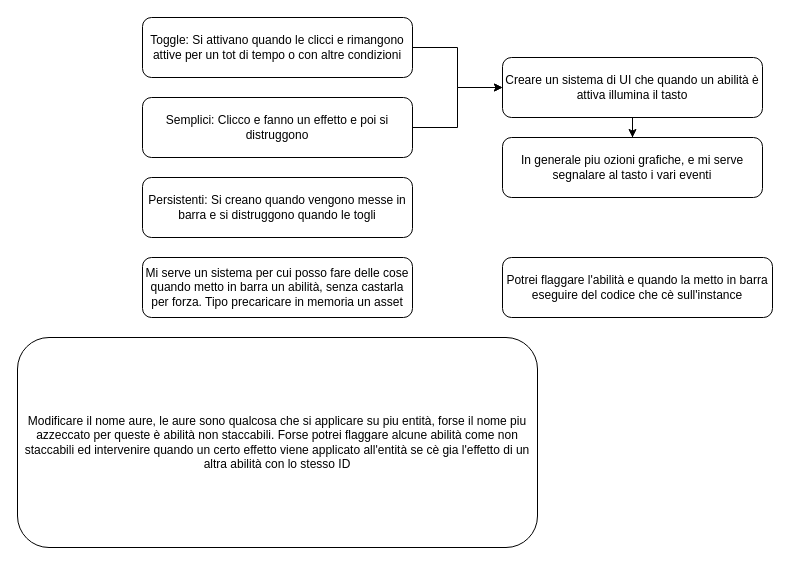
andrex903/OdenFlow keeps this draw.io diagram as Diagrams/Diagramma senza titolo.drawio. Above is the earlier version. Source tidied: cells renumbered, new cells numbered last; positions are measured from the earlier drawing's top-left corner, leaving out a move shared by most shapes. Both pictures are drawn from the tidied source at 100%, with x=0, y=0 at pixel (17, 17).
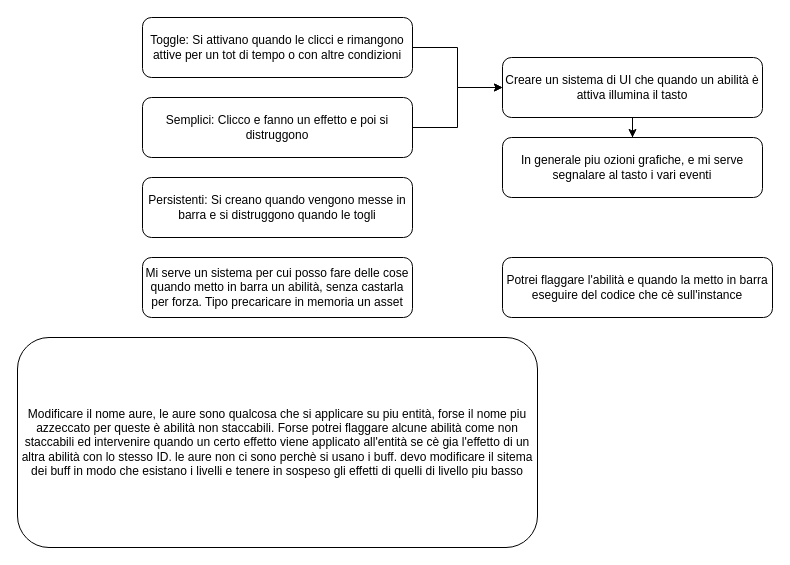
After the change.

Diff of the diagram source:
```diff
@@
 <mxGraphModel>
   <root>
     <mxCell id="0" />
     <mxCell id="1" parent="0" />
     <mxCell id="2" style="edgeStyle=orthogonalEdgeStyle;rounded=0;jettySize=auto;html=1;entryX=0;entryY=0.5;entryDx=0;entryDy=0;" parent="1" edge="1" source="3" target="8">
       <mxGeometry relative="1" as="geometry" />
     </mxCell>
     <mxCell id="3" value="Semplici: Clicco e fanno un effetto e poi si distruggono" style="rounded=1;whiteSpace=wrap;html=1;" parent="1" vertex="1">
       <mxGeometry x="125" y="80" width="270" height="60" as="geometry" />
     </mxCell>
     <mxCell id="4" value="Persistenti: Si creano quando vengono messe in barra e si distruggono quando le togli" style="rounded=1;whiteSpace=wrap;html=1;" parent="1" vertex="1">
       <mxGeometry x="125" y="160" width="270" height="60" as="geometry" />
     </mxCell>
     <mxCell id="5" style="edgeStyle=orthogonalEdgeStyle;rounded=0;jettySize=auto;html=1;entryX=0;entryY=0.5;entryDx=0;entryDy=0;" parent="1" edge="1" source="6" target="8">
       <mxGeometry relative="1" as="geometry" />
     </mxCell>
     <mxCell id="6" value="Toggle: Si attivano quando le clicci e rimangono attive per un tot di tempo o con altre condizioni" style="rounded=1;whiteSpace=wrap;html=1;" parent="1" vertex="1">
       <mxGeometry x="125" width="270" height="60" as="geometry" />
     </mxCell>
     <mxCell id="7" style="edgeStyle=orthogonalEdgeStyle;rounded=0;jettySize=auto;html=1;entryX=0.5;entryY=0;entryDx=0;entryDy=0;" parent="1" edge="1" source="8" target="11">
       <mxGeometry relative="1" as="geometry" />
     </mxCell>
     <mxCell id="8" value="Creare un sistema di UI che quando un abilità è attiva illumina il tasto" style="rounded=1;whiteSpace=wrap;html=1;" parent="1" vertex="1">
       <mxGeometry x="485" y="40" width="260" height="60" as="geometry" />
     </mxCell>
-    <mxCell id="9" value="Modificare il nome aure, le aure sono qualcosa che si applicare su piu entità, forse il nome piu azzeccato per queste è abilità non staccabili. Forse potrei flaggare alcune abilità come non staccabili ed intervenire quando un certo effetto viene applicato all'entità se cè gia l'effetto di un altra abilità con lo stesso ID" style="rounded=1;whiteSpace=wrap;html=1;" parent="1" vertex="1">
+    <mxCell id="9" value="Modificare il nome aure, le aure sono qualcosa che si applicare su piu entità, forse il nome piu azzeccato per queste è abilità non staccabili. Forse potrei flaggare alcune abilità come non staccabili ed intervenire quando un certo effetto viene applicato all'entità se cè gia l'effetto di un altra abilità con lo stesso ID. le aure non ci sono perchè si usano i buff. devo modificare il sitema dei buff in modo che esistano i livelli e tenere in sospeso gli effetti di quelli di livello piu basso" style="rounded=1;whiteSpace=wrap;html=1;" parent="1" vertex="1">
       <mxGeometry y="320" width="520" height="210" as="geometry" />
     </mxCell>
     <mxCell id="10" value="Mi serve un sistema per cui posso fare delle cose quando metto in barra un abilità, senza castarla per forza. Tipo precaricare in memoria un asset" style="rounded=1;whiteSpace=wrap;html=1;" parent="1" vertex="1">
       <mxGeometry x="125" y="240" width="270" height="60" as="geometry" />
     </mxCell>
     <mxCell id="11" value="In generale piu ozioni grafiche, e mi serve segnalare al tasto i vari eventi" style="rounded=1;whiteSpace=wrap;html=1;" parent="1" vertex="1">
       <mxGeometry x="485" y="120" width="260" height="60" as="geometry" />
     </mxCell>
     <mxCell id="12" value="Potrei flaggare l'abilità e quando la metto in barra eseguire del codice che cè sull'instance" style="rounded=1;whiteSpace=wrap;html=1;" parent="1" vertex="1">
       <mxGeometry x="485" y="240" width="270" height="60" as="geometry" />
     </mxCell>
   </root>
 </mxGraphModel>
```
